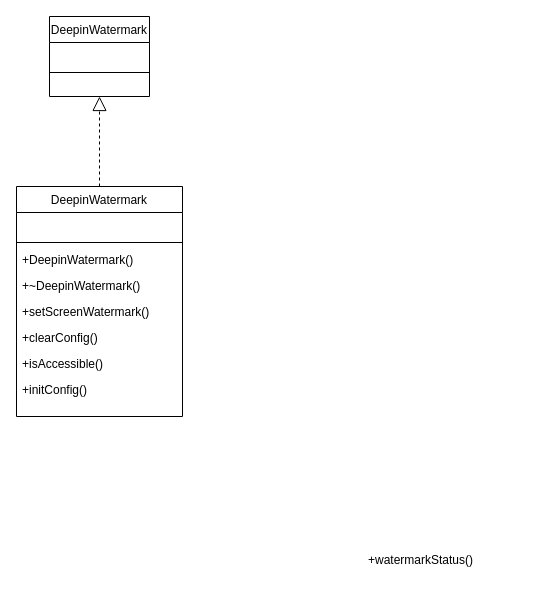
The draw.io diagram 未命名绘图.drawio in 7Wcy/7Wcy, before the edit. Source tidied: cells renumbered, new cells numbered last; positions are measured from the earlier drawing's top-left corner, leaving out a move shared by most shapes. Both pictures are drawn from the tidied source at 100%, with x=0, y=0 at pixel (16, 16).
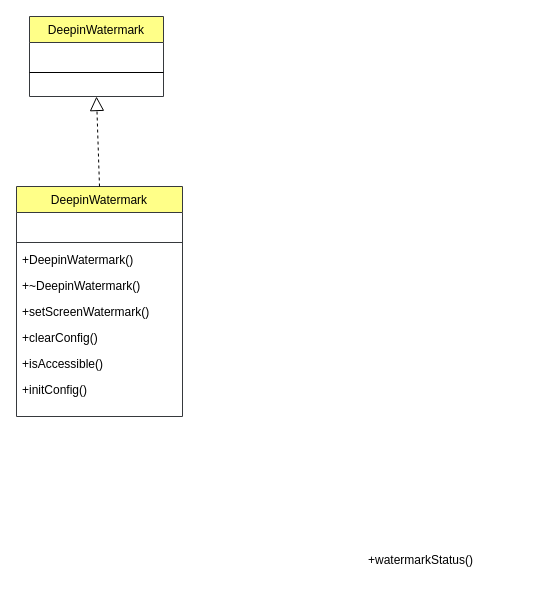
The same page after the edit.

Commit message (it also covers changes not shown here):
更新未命名绘图.drawio

The edit, as a diff of the source:
```diff
@@
 <mxGraphModel>
   <root>
     <mxCell id="0" />
     <mxCell id="1" parent="0" />
-    <mxCell id="2" value="DeepinWatermark" style="swimlane;fontStyle=0;align=center;verticalAlign=top;horizontal=1;startSize=26;rounded=0;shadow=0;strokeWidth=1;" parent="1" vertex="1">
+    <mxCell id="2" value="DeepinWatermark" style="swimlane;fontStyle=0;align=center;verticalAlign=top;horizontal=1;startSize=26;rounded=0;shadow=0;strokeWidth=1;fillColor=#ffff88;strokeColor=#36393d;" parent="1" vertex="1">
       <mxGeometry y="170" width="166" height="230" as="geometry" />
     </mxCell>
     <mxCell id="3" value=" " style="text;align=left;verticalAlign=top;spacingLeft=4;spacingRight=4;overflow=hidden;rounded=0;shadow=0;html=0;" parent="2" vertex="1">
       <mxGeometry y="26" width="166" height="26" as="geometry" />
     </mxCell>
-    <mxCell id="4" style="line;html=1;strokeWidth=1;align=left;verticalAlign=middle;spacingTop=-1;spacingLeft=3;spacingRight=3;labelPosition=right;" parent="2" vertex="1">
+    <mxCell id="4" style="line;html=1;strokeWidth=1;align=left;verticalAlign=middle;spacingTop=-1;spacingLeft=3;spacingRight=3;labelPosition=right;fillColor=#ffff88;strokeColor=#36393d;" parent="2" vertex="1">
       <mxGeometry y="52" width="166" height="8" as="geometry" />
     </mxCell>
     <mxCell id="5" value="+DeepinWatermark()" style="text;align=left;verticalAlign=top;spacingLeft=4;spacingRight=4;overflow=hidden;rounded=0;shadow=0;html=0;" parent="2" vertex="1">
       <mxGeometry y="60" width="166" height="26" as="geometry" />
     </mxCell>
     <mxCell id="6" value="+~DeepinWatermark()" style="text;align=left;verticalAlign=top;spacingLeft=4;spacingRight=4;overflow=hidden;" parent="2" vertex="1">
       <mxGeometry y="86" width="166" height="26" as="geometry" />
     </mxCell>
     <mxCell id="7" value="+setScreenWatermark()" style="text;align=left;verticalAlign=top;spacingLeft=4;spacingRight=4;overflow=hidden;rounded=0;shadow=0;html=0;" parent="2" vertex="1">
       <mxGeometry y="112" width="166" height="26" as="geometry" />
     </mxCell>
     <mxCell id="8" value="+clearConfig()" style="text;align=left;verticalAlign=top;spacingLeft=4;spacingRight=4;overflow=hidden;rounded=0;shadow=0;html=0;" parent="2" vertex="1">
       <mxGeometry y="138" width="166" height="26" as="geometry" />
     </mxCell>
     <mxCell id="9" value="+isAccessible()" style="text;align=left;verticalAlign=top;spacingLeft=4;spacingRight=4;overflow=hidden;rounded=0;shadow=0;html=0;" parent="2" vertex="1">
       <mxGeometry y="164" width="166" height="26" as="geometry" />
     </mxCell>
     <mxCell id="10" value="+initConfig()" style="text;align=left;verticalAlign=top;spacingLeft=4;spacingRight=4;overflow=hidden;rounded=0;shadow=0;html=0;" parent="2" vertex="1">
       <mxGeometry y="190" width="166" height="26" as="geometry" />
     </mxCell>
     <mxCell id="11" value="+watermarkStatus()" style="text;align=left;verticalAlign=top;spacingLeft=4;spacingRight=4;overflow=hidden;rounded=0;shadow=0;html=0;" parent="1" vertex="1">
       <mxGeometry x="346" y="530" width="160" height="26" as="geometry" />
     </mxCell>
-    <mxCell id="12" value="DeepinWatermark" style="swimlane;fontStyle=0;align=center;verticalAlign=top;horizontal=1;startSize=26;rounded=0;shadow=0;strokeWidth=1;" parent="1" vertex="1">
-      <mxGeometry x="33" width="100" height="80" as="geometry" />
+    <mxCell id="12" value="DeepinWatermark" style="swimlane;fontStyle=0;align=center;verticalAlign=top;horizontal=1;startSize=26;rounded=0;shadow=0;strokeWidth=1;fillColor=#ffff88;strokeColor=#36393d;" parent="1" vertex="1">
+      <mxGeometry x="13" width="134" height="80" as="geometry" />
     </mxCell>
     <mxCell id="13" value=" " style="text;align=left;verticalAlign=top;spacingLeft=4;spacingRight=4;overflow=hidden;rounded=0;shadow=0;html=0;" parent="12" vertex="1">
-      <mxGeometry y="26" width="100" height="26" as="geometry" />
+      <mxGeometry y="26" width="134" height="26" as="geometry" />
     </mxCell>
     <mxCell id="14" style="line;html=1;strokeWidth=1;align=left;verticalAlign=middle;spacingTop=-1;spacingLeft=3;spacingRight=3;labelPosition=right;" parent="12" vertex="1">
-      <mxGeometry y="52" width="100" height="8" as="geometry" />
+      <mxGeometry y="52" width="134" height="8" as="geometry" />
     </mxCell>
     <mxCell id="15" style="endArrow=block;dashed=1;endFill=0;endSize=12;html=1;rounded=0;exitX=0.5;exitY=0;exitDx=0;exitDy=0;entryX=0.5;entryY=1;entryDx=0;entryDy=0;" parent="1" edge="1" source="2" target="12">
       <mxGeometry relative="1" as="geometry" />
     </mxCell>
   </root>
 </mxGraphModel>
```
